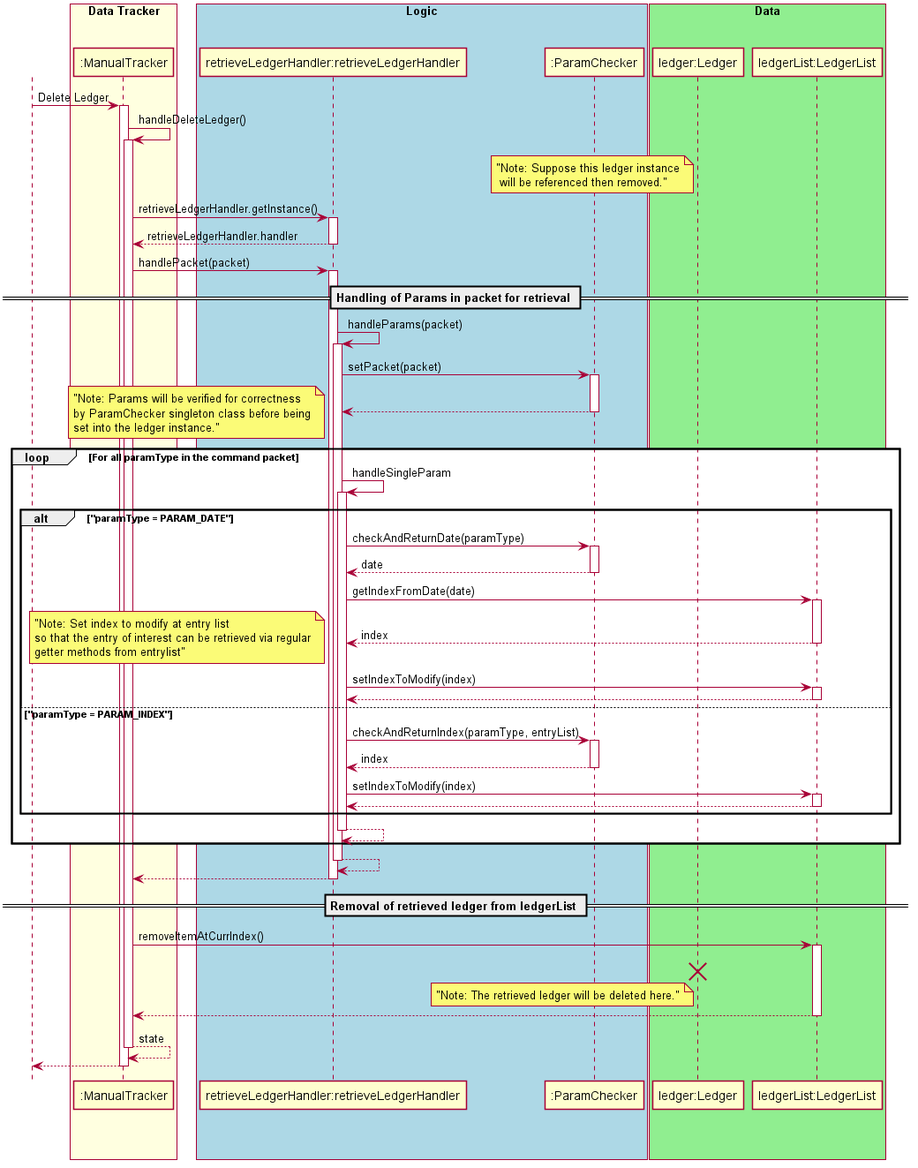
Before: docs/uml_images/images_updated/manualTrackerDeleteLedgerSeqDiagram.png, a diagram exported from PlantUML (nus-cs2113-AY2021S1/tp).
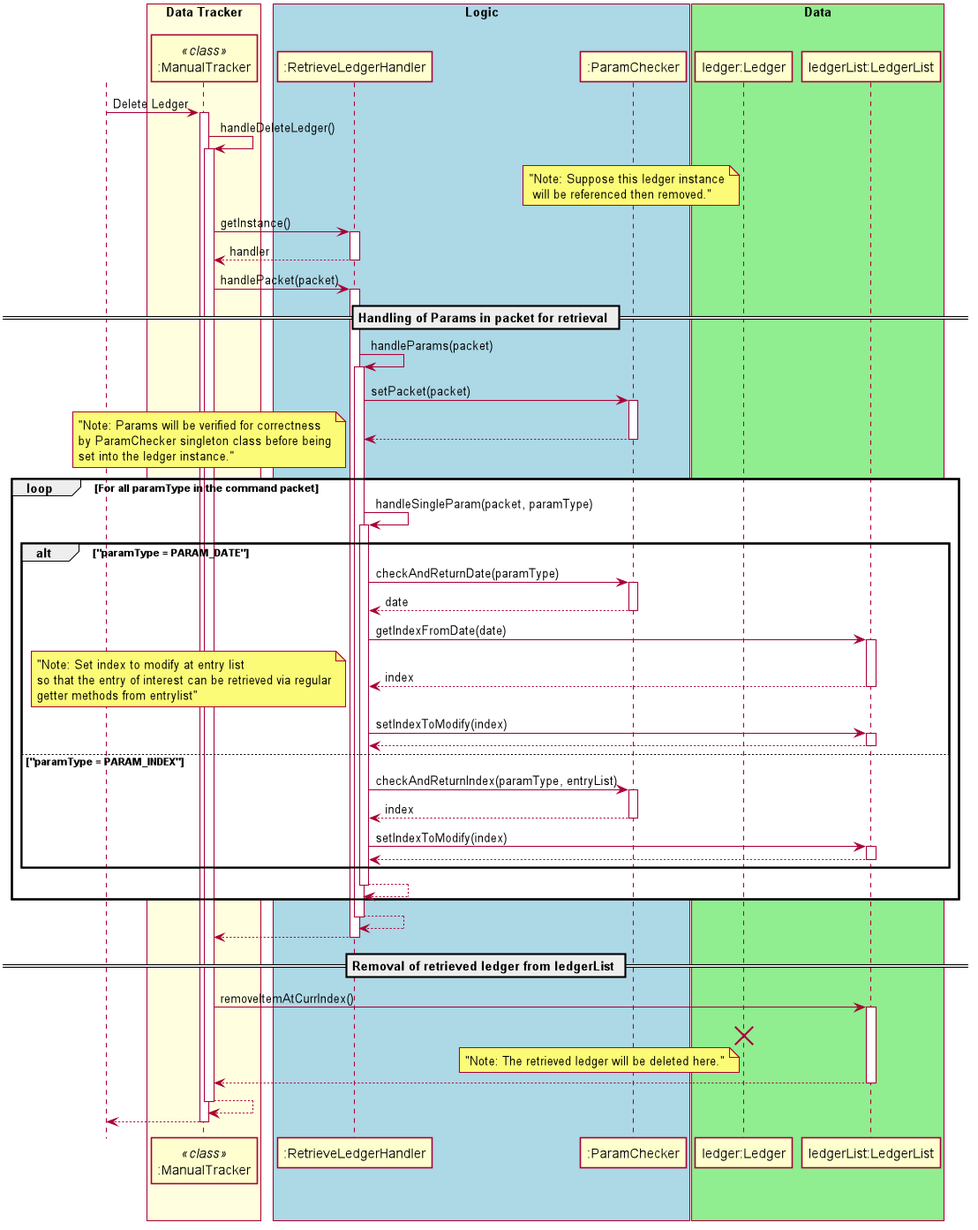
The same file after the commit.

The edit, as a diff of the source:
```diff
@@ -2,42 +2,59 @@
 autoactivate on
 
 actor User
+
+scale 1094 width
 skinparam shadowing false
 skinparam sequence {
-ActorBorderColor white
+    ActorBorderColor white
 
-ActorBackgroundColor white
-ActorFontColor white
-ActorFontSize 17
-ActorFontName ""
+    ActorBackgroundColor white
+    ActorFontColor white
+    ActorFontSize 17
+    ActorFontName ""
 }
-User-> ":ManualTracker": Delete Ledger
 
-":ManualTracker" ->":ManualTracker": handleDeleteLedger()
+box "Data Tracker" #LightYellow
+participant ":ManualTracker" as manualTracker <<class>>
+endBox
+
+box "Logic" #LightBlue
+participant ":RetrieveLedgerHandler"
+participant ":ParamChecker"
+endBox
+
+box "Data" #LightGreen
+participant "ledger:Ledger"
+participant "ledgerList:LedgerList"
+endBox
+
+User-> manualTracker: Delete Ledger
+
+manualTracker ->manualTracker: handleDeleteLedger()
    note left "ledger:Ledger" : "Note: Suppose this ledger instance\n will be referenced then removed."
-   ":ManualTracker"-> "retrieveLedgerHandler:retrieveLedgerHandler" : retrieveLedgerHandler.getInstance()
-   return retrieveLedgerHandler.handler
+   manualTracker-> ":RetrieveLedgerHandler" : getInstance()
+   return handler
 
-   ":ManualTracker"-> "retrieveLedgerHandler:retrieveLedgerHandler" : handlePacket(packet)
+   manualTracker-> ":RetrieveLedgerHandler" : handlePacket(packet)
         == Handling of Params in packet for retrieval ==
-        "retrieveLedgerHandler:retrieveLedgerHandler" -> "retrieveLedgerHandler:retrieveLedgerHandler" : handleParams(packet)
-            "retrieveLedgerHandler:retrieveLedgerHandler" -> ":ParamChecker" : setPacket(packet)
+        ":RetrieveLedgerHandler" -> ":RetrieveLedgerHandler" : handleParams(packet)
+            ":RetrieveLedgerHandler" -> ":ParamChecker" : setPacket(packet)
             return
             loop For all paramType in the command packet
                 note left: "Note: Params will be verified for correctness\nby ParamChecker singleton class before being\nset into the ledger instance."
-                "retrieveLedgerHandler:retrieveLedgerHandler" -> "retrieveLedgerHandler:retrieveLedgerHandler" : handleSingleParam
+                ":RetrieveLedgerHandler" -> ":RetrieveLedgerHandler" : handleSingleParam(packet, paramType)
                     alt "paramType = PARAM_DATE"
-                        "retrieveLedgerHandler:retrieveLedgerHandler" ->":ParamChecker": checkAndReturnDate(paramType)
+                        ":RetrieveLedgerHandler" ->":ParamChecker": checkAndReturnDate(paramType)
                         return date
-                        "retrieveLedgerHandler:retrieveLedgerHandler" -> "ledgerList:LedgerList" : getIndexFromDate(date)
+                        ":RetrieveLedgerHandler" -> "ledgerList:LedgerList" : getIndexFromDate(date)
                         return index
                         note left: "Note: Set index to modify at entry list\nso that the entry of interest can be retrieved via regular\ngetter methods from entrylist"
-                        "retrieveLedgerHandler:retrieveLedgerHandler" -> "ledgerList:LedgerList" : setIndexToModify(index)
+                        ":RetrieveLedgerHandler" -> "ledgerList:LedgerList" : setIndexToModify(index)
                         return
                     else "paramType = PARAM_INDEX"
-                        "retrieveLedgerHandler:retrieveLedgerHandler" ->":ParamChecker": checkAndReturnIndex(paramType, entryList)
+                        ":RetrieveLedgerHandler" ->":ParamChecker": checkAndReturnIndex(paramType, entryList)
                         return index
-                        "retrieveLedgerHandler:retrieveLedgerHandler" -> "ledgerList:LedgerList" : setIndexToModify(index)
+                        ":RetrieveLedgerHandler" -> "ledgerList:LedgerList" : setIndexToModify(index)
                         return
                     end
                 return
@@ -45,24 +62,12 @@
         return
    return
    == Removal of retrieved ledger from ledgerList ==
-   ":ManualTracker"-> "ledgerList:LedgerList" : removeItemAtCurrIndex()
+   manualTracker-> "ledgerList:LedgerList" : removeItemAtCurrIndex()
    note left "ledger:Ledger": "Note: The retrieved ledger will be deleted here."
    destroy "ledger:Ledger"
    return
-return state
+return
 return
 
-box "Data Tracker" #LightYellow
-participant ":ManualTracker"
-endBox
 
-box "Logic" #LightBlue
-participant "retrieveLedgerHandler:retrieveLedgerHandler"
-participant ":ParamChecker"
-endBox
-
-box "Data" #LightGreen
-participant "ledger:Ledger"
-participant "ledgerList:LedgerList"
-endBox
 @enduml
```
